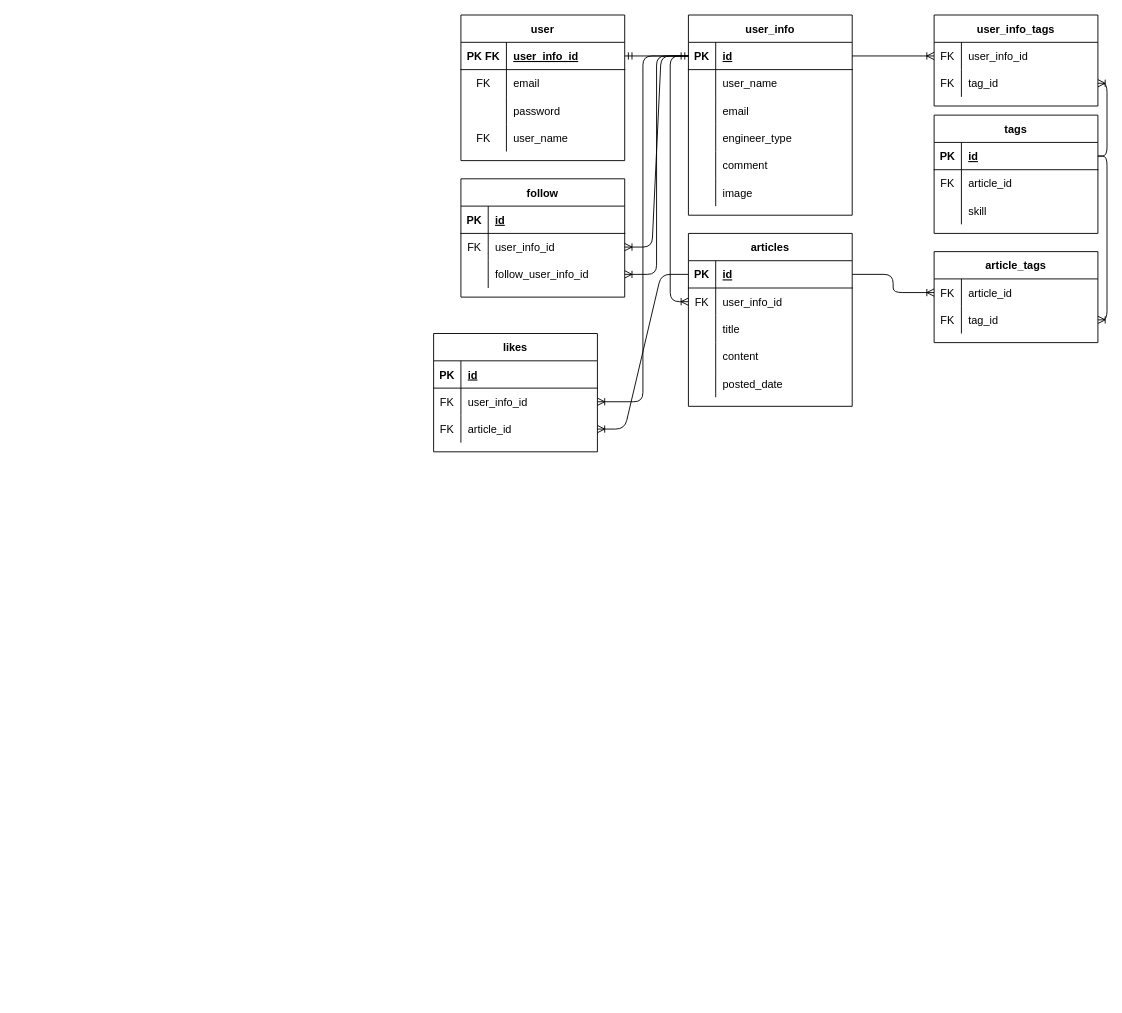
This is Designs/ER図.drawio from yusuke-rakus/Qiish, a draw.io file, before an edit. Source tidied: cells renumbered, new cells numbered last; positions are measured from the earlier drawing's top-left corner, leaving out a move shared by most shapes. Both pictures are drawn from the tidied source at 91%, with x=0, y=0 at pixel (433, 15).
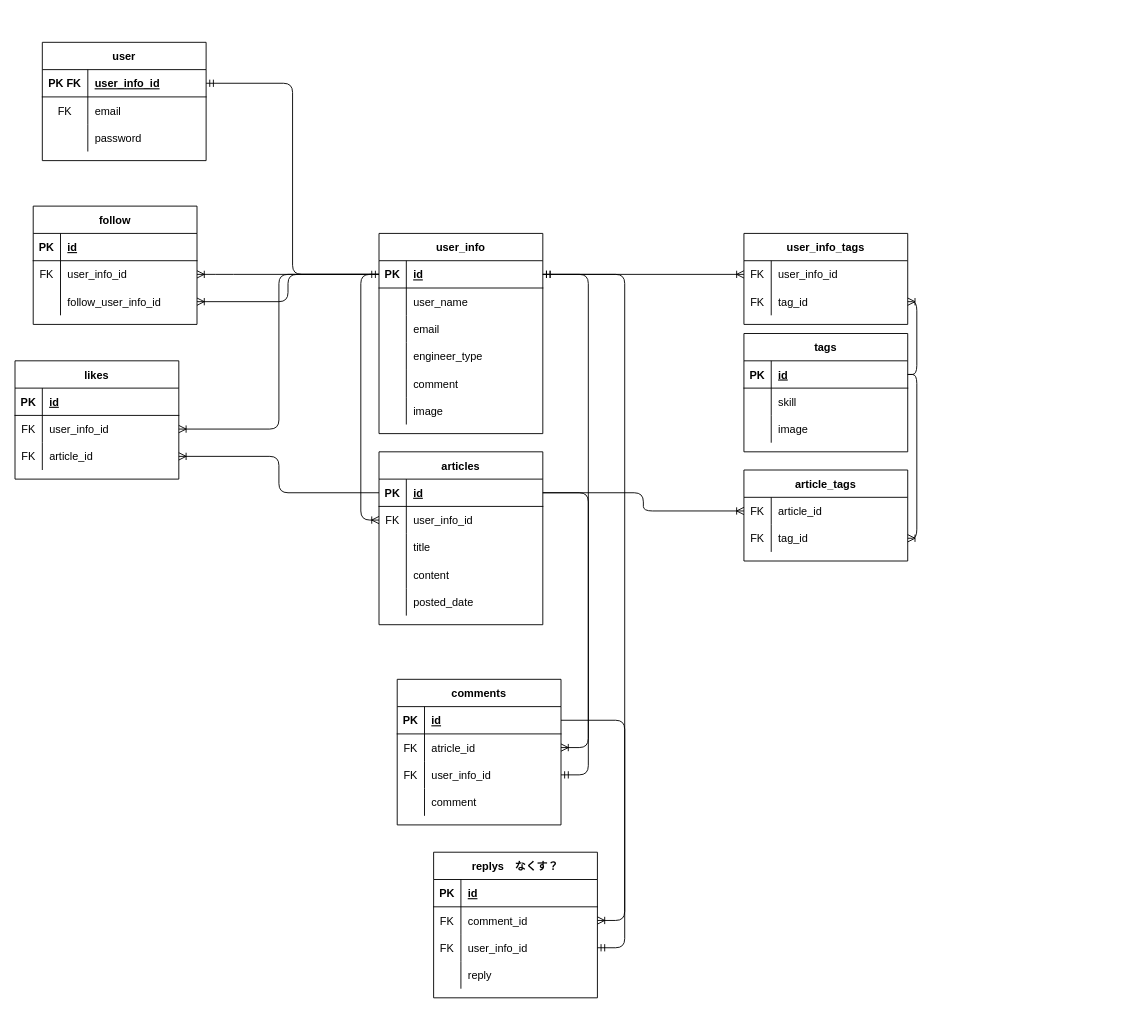
After the change.

Unchanged cells that the change refers to:
```xml
<mxCell id="3" style="shape=partialRectangle;fillColor=none;top=0;left=0;bottom=1;right=0;points=[[0,0.5],[1,0.5]];portConstraint=eastwest;" parent="2" vertex="1">
  <mxGeometry y="30" width="180" height="30" as="geometry" />
</mxCell>
<mxCell id="22" style="shape=partialRectangle;fillColor=none;top=0;left=0;bottom=1;right=0;points=[[0,0.5],[1,0.5]];portConstraint=eastwest;" parent="21" vertex="1">
  <mxGeometry y="30" width="180" height="30" as="geometry" />
</mxCell>
<mxCell id="51" style="shape=partialRectangle;fillColor=none;top=0;left=0;bottom=0;right=0;points=[[0,0.5],[1,0.5]];portConstraint=eastwest;" parent="44" vertex="1">
  <mxGeometry y="90" width="180" height="30" as="geometry" />
</mxCell>
<mxCell id="55" style="shape=partialRectangle;fillColor=none;top=0;left=0;bottom=1;right=0;points=[[0,0.5],[1,0.5]];portConstraint=eastwest;" parent="54" vertex="1">
  <mxGeometry y="30" width="180" height="30" as="geometry" />
</mxCell>
<mxCell id="58" style="shape=partialRectangle;fillColor=none;top=0;left=0;bottom=0;right=0;points=[[0,0.5],[1,0.5]];portConstraint=eastwest;" parent="54" vertex="1">
  <mxGeometry y="60" width="180" height="30" as="geometry" />
</mxCell>
```

Diff of the diagram source:
```diff
@@
     <mxCell id="2" value="user_info" style="shape=table;startSize=30;childLayout=tableLayout;rowLines=0;fontStyle=1;align=center;" parent="1" vertex="1">
-      <mxGeometry x="280" width="180" height="220" as="geometry" />
+      <mxGeometry x="-60" y="240" width="180" height="220" as="geometry" />
     </mxCell>
@@
     <mxCell id="21" value="user" style="shape=table;startSize=30;childLayout=tableLayout;rowLines=0;fontStyle=1;align=center;" parent="1" vertex="1">
-      <mxGeometry x="30" width="180" height="160" as="geometry" />
+      <mxGeometry x="-430" y="30" width="180" height="130" as="geometry" />
     </mxCell>
@@
-    <mxCell id="31" style="shape=partialRectangle;fillColor=none;top=0;left=0;bottom=0;right=0;" parent="21" vertex="1">
-      <mxGeometry y="120" width="180" height="30" as="geometry" />
-    </mxCell>
-    <mxCell id="32" value="FK" style="shape=partialRectangle;fillColor=none;top=0;left=0;bottom=0;right=0;overflow=hidden;" parent="31" vertex="1">
-      <mxGeometry width="50" height="30" as="geometry" />
-    </mxCell>
-    <mxCell id="33" value="user_name" style="shape=partialRectangle;fillColor=none;top=0;left=0;bottom=0;right=0;align=left;spacingLeft=6;overflow=hidden;" parent="31" vertex="1">
-      <mxGeometry x="50" width="130" height="30" as="geometry" />
-    </mxCell>
     <mxCell id="34" value="follow" style="shape=table;startSize=30;childLayout=tableLayout;rowLines=0;fontStyle=1;align=center;" parent="1" vertex="1">
-      <mxGeometry x="30" y="180" width="180" height="130" as="geometry" />
+      <mxGeometry x="-440" y="210" width="180" height="130" as="geometry" />
     </mxCell>
@@
     <mxCell id="44" value="likes" style="shape=table;startSize=30;childLayout=tableLayout;rowLines=0;fontStyle=1;align=center;" parent="1" vertex="1">
-      <mxGeometry y="350" width="180" height="130" as="geometry" />
+      <mxGeometry x="-460" y="380" width="180" height="130" as="geometry" />
     </mxCell>
@@
     <mxCell id="54" value="articles" style="shape=table;startSize=30;childLayout=tableLayout;rowLines=0;fontStyle=1;align=center;" parent="1" vertex="1">
-      <mxGeometry x="280" y="240" width="180" height="190" as="geometry" />
+      <mxGeometry x="-60" y="480" width="180" height="190" as="geometry" />
     </mxCell>
@@
     <mxCell id="70" value="tags" style="shape=table;startSize=30;childLayout=tableLayout;rowLines=0;fontStyle=1;align=center;" parent="1" vertex="1">
-      <mxGeometry x="550" y="110" width="180" height="130" as="geometry" />
+      <mxGeometry x="341" y="350" width="180" height="130" as="geometry" />
     </mxCell>
@@
-    <mxCell id="74" style="shape=partialRectangle;fillColor=none;top=0;left=0;bottom=0;right=0;" parent="70" vertex="1">
-      <mxGeometry y="60" width="180" height="30" as="geometry" />
-    </mxCell>
-    <mxCell id="75" value="FK" style="shape=partialRectangle;fillColor=none;top=0;left=0;bottom=0;right=0;overflow=hidden;" parent="74" vertex="1">
-      <mxGeometry width="30" height="30" as="geometry" />
-    </mxCell>
-    <mxCell id="76" value="article_id" style="shape=partialRectangle;fillColor=none;top=0;left=0;bottom=0;right=0;align=left;spacingLeft=6;overflow=hidden;" parent="74" vertex="1">
-      <mxGeometry x="30" width="150" height="30" as="geometry" />
-    </mxCell>
     <mxCell id="77" style="shape=partialRectangle;fillColor=none;top=0;left=0;bottom=0;right=0;" parent="70" vertex="1">
-      <mxGeometry y="90" width="180" height="30" as="geometry" />
+      <mxGeometry y="60" width="180" height="30" as="geometry" />
     </mxCell>
@@
+    <mxCell id="104" style="shape=partialRectangle;fillColor=none;top=0;left=0;bottom=0;right=0;" parent="70" vertex="1">
+      <mxGeometry y="90" width="180" height="30" as="geometry" />
+    </mxCell>
+    <mxCell id="105" style="shape=partialRectangle;fillColor=none;top=0;left=0;bottom=0;right=0;overflow=hidden;" parent="104" vertex="1">
+      <mxGeometry width="30" height="30" as="geometry" />
+    </mxCell>
+    <mxCell id="106" value="image" style="shape=partialRectangle;fillColor=none;top=0;left=0;bottom=0;right=0;align=left;spacingLeft=6;overflow=hidden;" parent="104" vertex="1">
+      <mxGeometry x="30" width="150" height="30" as="geometry" />
+    </mxCell>
     <mxCell id="80" value="user_info_tags" style="shape=table;startSize=30;childLayout=tableLayout;rowLines=0;fontStyle=1;align=center;" parent="1" vertex="1">
-      <mxGeometry x="550" width="180" height="100" as="geometry" />
+      <mxGeometry x="341" y="240" width="180" height="100" as="geometry" />
     </mxCell>
@@
     <mxCell id="87" value="article_tags" style="shape=table;startSize=30;childLayout=tableLayout;rowLines=0;fontStyle=1;align=center;" parent="1" vertex="1">
-      <mxGeometry x="550" y="260" width="180" height="100" as="geometry" />
+      <mxGeometry x="341" y="500" width="180" height="100" as="geometry" />
     </mxCell>
@@
     <mxCell id="100" style="edgeStyle=orthogonalEdgeStyle;fontSize=12;html=1;endArrow=ERoneToMany;exitX=0;exitY=0.5;exitDx=0;exitDy=0;entryX=0;entryY=0.5;entryDx=0;entryDy=0;" parent="1" edge="1" source="3" target="58">
       <mxGeometry relative="1" as="geometry">
         <Array as="points">
-          <mxPoint x="260" y="45" />
-          <mxPoint x="260" y="315" />
+          <mxPoint x="-80" y="285" />
+          <mxPoint x="-80" y="555" />
         </Array>
       </mxGeometry>
     </mxCell>
-    <mxCell id="101" style="edgeStyle=entityRelationEdgeStyle;fontSize=12;html=1;endArrow=ERoneToMany;entryX=1;entryY=0.5;entryDx=0;entryDy=0;exitX=0;exitY=0.5;exitDx=0;exitDy=0;" parent="1" edge="1" source="55" target="51">
+    <mxCell id="101" style="edgeStyle=orthogonalEdgeStyle;fontSize=12;html=1;endArrow=ERoneToMany;entryX=1;entryY=0.5;entryDx=0;entryDy=0;exitX=0;exitY=0.5;exitDx=0;exitDy=0;" parent="1" edge="1" source="55" target="51">
       <mxGeometry relative="1" as="geometry" />
     </mxCell>
@@
-    <mxCell id="103" style="edgeStyle=entityRelationEdgeStyle;fontSize=12;html=1;endArrow=ERmandOne;startArrow=ERmandOne;entryX=0;entryY=0.5;entryDx=0;entryDy=0;exitX=1;exitY=0.5;exitDx=0;exitDy=0;" parent="1" edge="1" source="22" target="3">
+    <mxCell id="103" style="edgeStyle=orthogonalEdgeStyle;fontSize=12;html=1;endArrow=ERmandOne;startArrow=ERmandOne;entryX=0;entryY=0.5;entryDx=0;entryDy=0;exitX=1;exitY=0.5;exitDx=0;exitDy=0;" parent="1" edge="1" source="22" target="3">
       <mxGeometry relative="1" as="geometry" />
     </mxCell>
+    <mxCell id="107" value="comments" style="shape=table;startSize=30;childLayout=tableLayout;rowLines=0;fontStyle=1;align=center;" parent="1" vertex="1">
+      <mxGeometry x="-40" y="730" width="180" height="160" as="geometry" />
+    </mxCell>
+    <mxCell id="108" style="shape=partialRectangle;fillColor=none;top=0;left=0;bottom=1;right=0;points=[[0,0.5],[1,0.5]];portConstraint=eastwest;" parent="107" vertex="1">
+      <mxGeometry y="30" width="180" height="30" as="geometry" />
+    </mxCell>
+    <mxCell id="109" value="PK" style="shape=partialRectangle;fillColor=none;top=0;left=0;bottom=0;right=0;fontStyle=1;overflow=hidden;" parent="108" vertex="1">
+      <mxGeometry width="30" height="30" as="geometry" />
+    </mxCell>
+    <mxCell id="110" value="id" style="shape=partialRectangle;fillColor=none;top=0;left=0;bottom=0;right=0;align=left;spacingLeft=6;fontStyle=5;overflow=hidden;" parent="108" vertex="1">
+      <mxGeometry x="30" width="150" height="30" as="geometry" />
+    </mxCell>
+    <mxCell id="111" style="shape=partialRectangle;fillColor=none;top=0;left=0;bottom=0;right=0;points=[[0,0.5],[1,0.5]];portConstraint=eastwest;" parent="107" vertex="1">
+      <mxGeometry y="60" width="180" height="30" as="geometry" />
+    </mxCell>
+    <mxCell id="112" value="FK" style="shape=partialRectangle;fillColor=none;top=0;left=0;bottom=0;right=0;overflow=hidden;" parent="111" vertex="1">
+      <mxGeometry width="30" height="30" as="geometry" />
+    </mxCell>
+    <mxCell id="113" value="atricle_id" style="shape=partialRectangle;fillColor=none;top=0;left=0;bottom=0;right=0;align=left;spacingLeft=6;overflow=hidden;" parent="111" vertex="1">
+      <mxGeometry x="30" width="150" height="30" as="geometry" />
+    </mxCell>
+    <mxCell id="114" style="shape=partialRectangle;fillColor=none;top=0;left=0;bottom=0;right=0;points=[[0,0.5],[1,0.5]];portConstraint=eastwest;" parent="107" vertex="1">
+      <mxGeometry y="90" width="180" height="30" as="geometry" />
+    </mxCell>
+    <mxCell id="115" value="FK" style="shape=partialRectangle;fillColor=none;top=0;left=0;bottom=0;right=0;overflow=hidden;" parent="114" vertex="1">
+      <mxGeometry width="30" height="30" as="geometry" />
+    </mxCell>
+    <mxCell id="116" value="user_info_id" style="shape=partialRectangle;fillColor=none;top=0;left=0;bottom=0;right=0;align=left;spacingLeft=6;overflow=hidden;" parent="114" vertex="1">
+      <mxGeometry x="30" width="150" height="30" as="geometry" />
+    </mxCell>
+    <mxCell id="117" style="shape=partialRectangle;fillColor=none;top=0;left=0;bottom=0;right=0;" parent="107" vertex="1">
+      <mxGeometry y="120" width="180" height="30" as="geometry" />
+    </mxCell>
+    <mxCell id="118" style="shape=partialRectangle;fillColor=none;top=0;left=0;bottom=0;right=0;overflow=hidden;" parent="117" vertex="1">
+      <mxGeometry width="30" height="30" as="geometry" />
+    </mxCell>
+    <mxCell id="119" value="comment" style="shape=partialRectangle;fillColor=none;top=0;left=0;bottom=0;right=0;align=left;spacingLeft=6;overflow=hidden;" parent="117" vertex="1">
+      <mxGeometry x="30" width="150" height="30" as="geometry" />
+    </mxCell>
+    <mxCell id="120" value="replys　なくす？" style="shape=table;startSize=30;childLayout=tableLayout;rowLines=0;fontStyle=1;align=center;" parent="1" vertex="1">
+      <mxGeometry y="920" width="180" height="160" as="geometry" />
+    </mxCell>
+    <mxCell id="121" style="shape=partialRectangle;fillColor=none;top=0;left=0;bottom=1;right=0;" parent="120" vertex="1">
+      <mxGeometry y="30" width="180" height="30" as="geometry" />
+    </mxCell>
+    <mxCell id="122" value="PK" style="shape=partialRectangle;fillColor=none;top=0;left=0;bottom=0;right=0;fontStyle=1;overflow=hidden;" parent="121" vertex="1">
+      <mxGeometry width="30" height="30" as="geometry" />
+    </mxCell>
+    <mxCell id="123" value="id" style="shape=partialRectangle;fillColor=none;top=0;left=0;bottom=0;right=0;align=left;spacingLeft=6;fontStyle=5;overflow=hidden;" parent="121" vertex="1">
+      <mxGeometry x="30" width="150" height="30" as="geometry" />
+    </mxCell>
+    <mxCell id="124" style="shape=partialRectangle;fillColor=none;top=0;left=0;bottom=0;right=0;points=[[0,0.5],[1,0.5]];portConstraint=eastwest;" parent="120" vertex="1">
+      <mxGeometry y="60" width="180" height="30" as="geometry" />
+    </mxCell>
+    <mxCell id="125" value="FK" style="shape=partialRectangle;fillColor=none;top=0;left=0;bottom=0;right=0;overflow=hidden;" parent="124" vertex="1">
+      <mxGeometry width="30" height="30" as="geometry" />
+    </mxCell>
+    <mxCell id="126" value="comment_id" style="shape=partialRectangle;fillColor=none;top=0;left=0;bottom=0;right=0;align=left;spacingLeft=6;overflow=hidden;" parent="124" vertex="1">
+      <mxGeometry x="30" width="150" height="30" as="geometry" />
+    </mxCell>
+    <mxCell id="127" style="shape=partialRectangle;fillColor=none;top=0;left=0;bottom=0;right=0;points=[[0,0.5],[1,0.5]];portConstraint=eastwest;" parent="120" vertex="1">
+      <mxGeometry y="90" width="180" height="30" as="geometry" />
+    </mxCell>
+    <mxCell id="128" value="FK" style="shape=partialRectangle;fillColor=none;top=0;left=0;bottom=0;right=0;overflow=hidden;" parent="127" vertex="1">
+      <mxGeometry width="30" height="30" as="geometry" />
+    </mxCell>
+    <mxCell id="129" value="user_info_id" style="shape=partialRectangle;fillColor=none;top=0;left=0;bottom=0;right=0;align=left;spacingLeft=6;overflow=hidden;" parent="127" vertex="1">
+      <mxGeometry x="30" width="150" height="30" as="geometry" />
+    </mxCell>
+    <mxCell id="130" style="shape=partialRectangle;fillColor=none;top=0;left=0;bottom=0;right=0;" parent="120" vertex="1">
+      <mxGeometry y="120" width="180" height="30" as="geometry" />
+    </mxCell>
+    <mxCell id="131" style="shape=partialRectangle;fillColor=none;top=0;left=0;bottom=0;right=0;overflow=hidden;" parent="130" vertex="1">
+      <mxGeometry width="30" height="30" as="geometry" />
+    </mxCell>
+    <mxCell id="132" value="reply" style="shape=partialRectangle;fillColor=none;top=0;left=0;bottom=0;right=0;align=left;spacingLeft=6;overflow=hidden;" parent="130" vertex="1">
+      <mxGeometry x="30" width="150" height="30" as="geometry" />
+    </mxCell>
+    <mxCell id="133" style="edgeStyle=entityRelationEdgeStyle;fontSize=12;html=1;endArrow=ERoneToMany;" parent="1" edge="1" source="108" target="124">
+      <mxGeometry relative="1" as="geometry" />
+    </mxCell>
+    <mxCell id="134" style="edgeStyle=entityRelationEdgeStyle;fontSize=12;html=1;endArrow=ERmandOne;startArrow=ERmandOne;" parent="1" edge="1" source="127" target="3">
+      <mxGeometry relative="1" as="geometry" />
+    </mxCell>
+    <mxCell id="135" style="edgeStyle=entityRelationEdgeStyle;fontSize=12;html=1;endArrow=ERmandOne;startArrow=ERmandOne;" parent="1" edge="1" source="114" target="3">
+      <mxGeometry relative="1" as="geometry" />
+    </mxCell>
+    <mxCell id="136" style="edgeStyle=entityRelationEdgeStyle;fontSize=12;html=1;endArrow=ERoneToMany;" parent="1" edge="1" source="55" target="111">
+      <mxGeometry relative="1" as="geometry" />
+    </mxCell>
```
